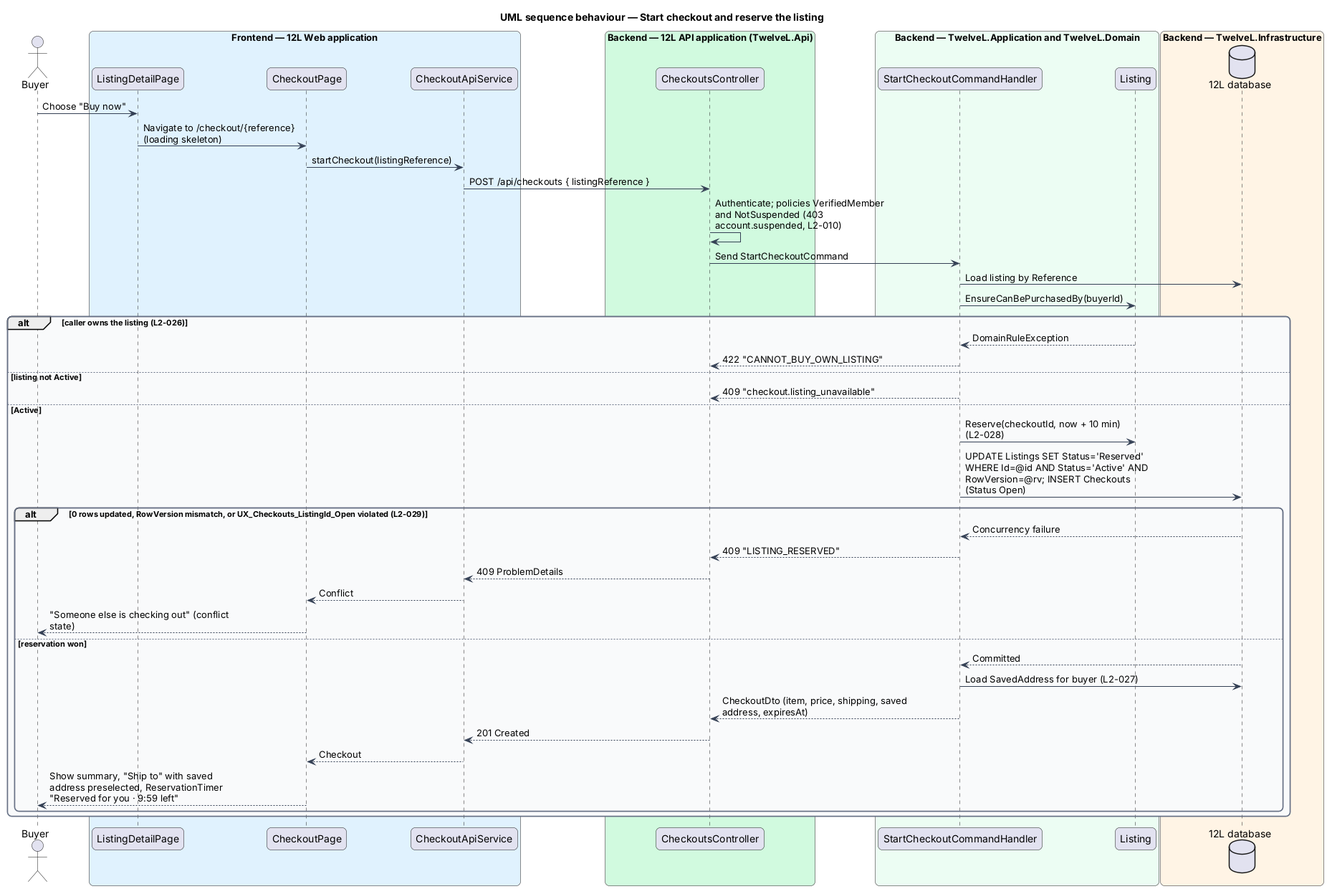
Before: docs/detailed-designs/orders/checkout-and-pay/diagrams/sequence-start-checkout.png, a diagram exported from PlantUML (QuinntyneBrown/12l).
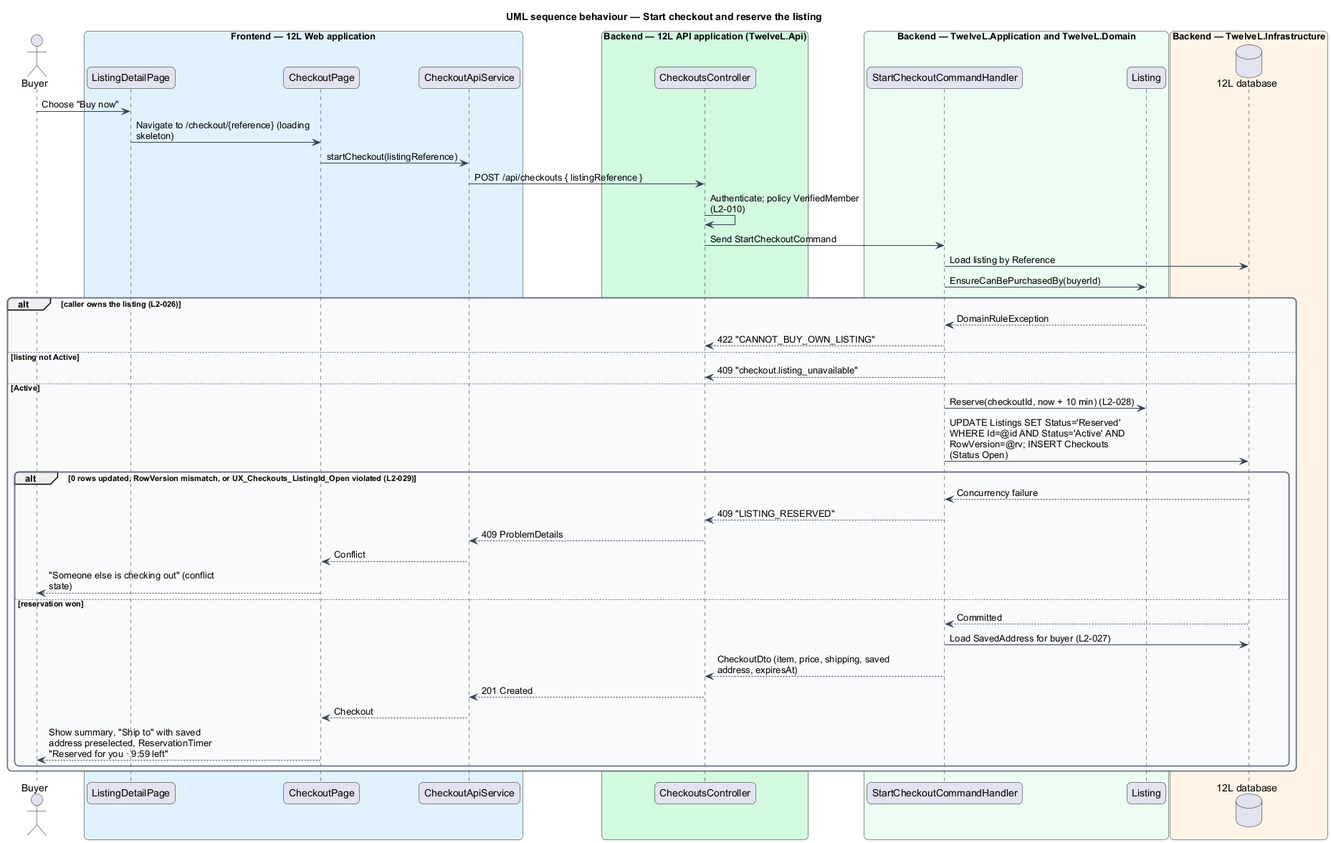
After the commit.

Diff of the diagram source:
```diff
@@ -36,7 +36,7 @@
 ld -> page : Navigate to /checkout/{reference} (loading skeleton)
 page -> client : startCheckout(listingReference)
 client -> ctrl : POST /api/checkouts { listingReference }
-ctrl -> ctrl : Authenticate; policies VerifiedMember and NotSuspended (403 account.suspended, L2-010)
+ctrl -> ctrl : Authenticate; policy VerifiedMember (L2-010)
 ctrl -> h : Send StartCheckoutCommand
 h -> db : Load listing by Reference
 h -> listing : EnsureCanBePurchasedBy(buyerId)
```
